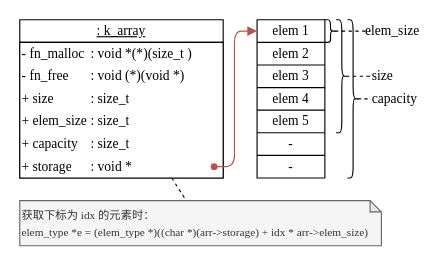
This is page "k_array" (1 of 10) of docs/drawio/k_utils.drawio from szdxdxdx/k_game, a draw.io file, before an edit. Source tidied: cells renumbered, new cells numbered last; positions are measured from the earlier drawing's top-left corner, leaving out a move shared by most shapes. Both pictures are drawn from the tidied source at 113%, with x=0, y=0 at pixel (19, 19).
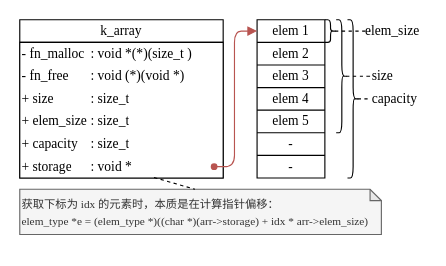
The same diagram, later.

Unchanged cells that the change refers to:
```xml
<mxCell id="24" style="shape=tableRow;horizontal=0;startSize=0;swimlaneHead=0;swimlaneBody=0;top=0;left=0;bottom=0;right=0;fillColor=none;points=[[0,0.5],[1,0.5]];portConstraint=eastwest;fontSize=16;strokeColor=inherit;" parent="3" vertex="1">
  <mxGeometry y="100" width="180" height="20" as="geometry" />
</mxCell>
```

The edit, as a diff of the source:
```diff
@@
-    <mxCell id="2" value="&lt;font face=&quot;Times New Roman&quot;&gt;&lt;u&gt;: k_array&lt;/u&gt;&lt;/font&gt;" style="swimlane;fontStyle=0;horizontal=1;startSize=20;fillColor=#FFFFFF;whiteSpace=wrap;html=1;labelBackgroundColor=default;" parent="1" vertex="1">
+    <mxCell id="2" value="&lt;font face=&quot;Times New Roman&quot;&gt;k_array&lt;/font&gt;" style="swimlane;fontStyle=0;horizontal=1;startSize=20;fillColor=#FFFFFF;whiteSpace=wrap;html=1;labelBackgroundColor=default;" parent="1" vertex="1">
       <mxGeometry width="180" height="140" as="geometry" />
     </mxCell>
@@
-    <mxCell id="54" value="&lt;font style=&quot;font-size: 10px;&quot;&gt;&lt;font style=&quot;border-color: var(--border-color); font-size: 10px;&quot;&gt;获取下标为&amp;nbsp;&lt;/font&gt;&lt;font style=&quot;border-color: var(--border-color); font-size: 10px;&quot;&gt;idx&lt;/font&gt;&lt;font style=&quot;border-color: var(--border-color); font-size: 10px;&quot;&gt;&amp;nbsp;的元素时：&lt;br&gt;&lt;span style=&quot;background-color: initial;&quot;&gt;elem_type *e = (elem_type *)((char *)(arr-&amp;gt;storage) + idx * arr-&amp;gt;elem_size)&lt;/span&gt;&lt;br&gt;&lt;/font&gt;&lt;/font&gt;" style="shape=note;whiteSpace=wrap;html=1;backgroundOutline=1;darkOpacity=0.05;size=10;fontFamily=Times New Roman;align=left;fillColor=#f5f5f5;fontColor=#333333;strokeColor=#666666;" parent="1" vertex="1">
-      <mxGeometry y="160" width="320" height="40" as="geometry" />
+    <mxCell id="54" value="&lt;font style=&quot;font-size: 10px;&quot;&gt;&lt;font style=&quot;border-color: var(--border-color); font-size: 10px;&quot;&gt;获取下标为&amp;nbsp;&lt;/font&gt;&lt;font style=&quot;border-color: var(--border-color); font-size: 10px;&quot;&gt;idx&lt;/font&gt;&lt;font style=&quot;border-color: var(--border-color); font-size: 10px;&quot;&gt;&amp;nbsp;的元素时，本质是在计算指针偏移：&lt;br&gt;&lt;span style=&quot;background-color: initial;&quot;&gt;elem_type *e = (elem_type *)((char *)(arr-&amp;gt;storage) + idx * arr-&amp;gt;elem_size)&lt;/span&gt;&lt;br&gt;&lt;/font&gt;&lt;/font&gt;" style="shape=note;whiteSpace=wrap;html=1;backgroundOutline=1;darkOpacity=0.05;size=10;fontFamily=Times New Roman;align=left;fillColor=#f5f5f5;fontColor=#333333;strokeColor=#666666;" parent="1" vertex="1">
+      <mxGeometry y="150" width="320" height="40" as="geometry" />
     </mxCell>
-    <mxCell id="55" style="endArrow=none;dashed=1;html=1;rounded=0;curved=1;" parent="1" edge="1" source="2" target="54">
+    <mxCell id="55" style="endArrow=none;dashed=1;html=1;rounded=0;exitX=0.66;exitY=0.98;exitDx=0;exitDy=0;exitPerimeter=0;entryX=0;entryY=0;entryDx=155;entryDy=0;entryPerimeter=0;" parent="1" edge="1" source="24" target="54">
       <mxGeometry relative="1" as="geometry" />
     </mxCell>
```
